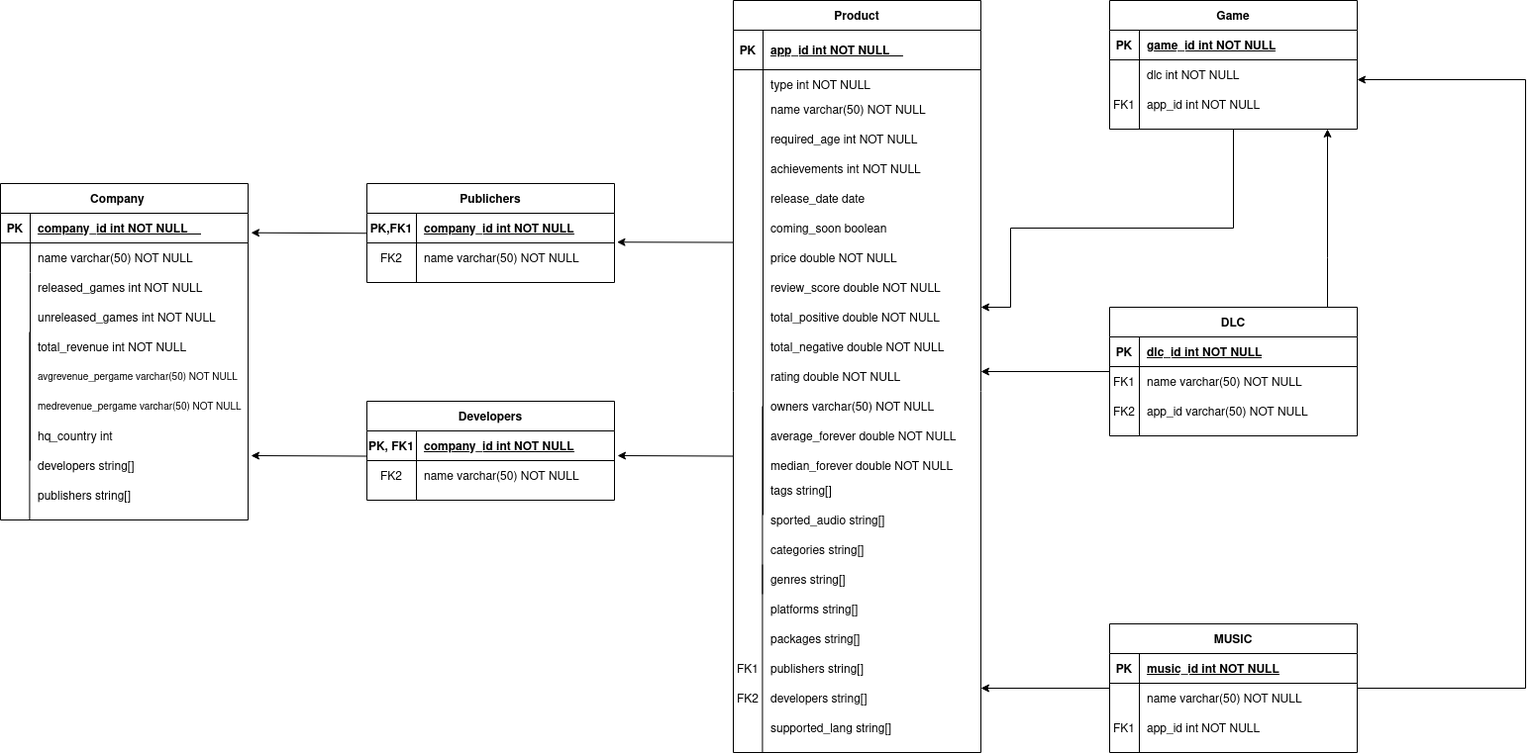
Cyber-Dragon-18/BD keeps this draw.io diagram as Trabalho/Relacional.drawio.png. Above is the earlier version. Source tidied: cells renumbered, new cells last; positions are measured from the earlier drawing's top-left corner, leaving out a move shared by most shapes.
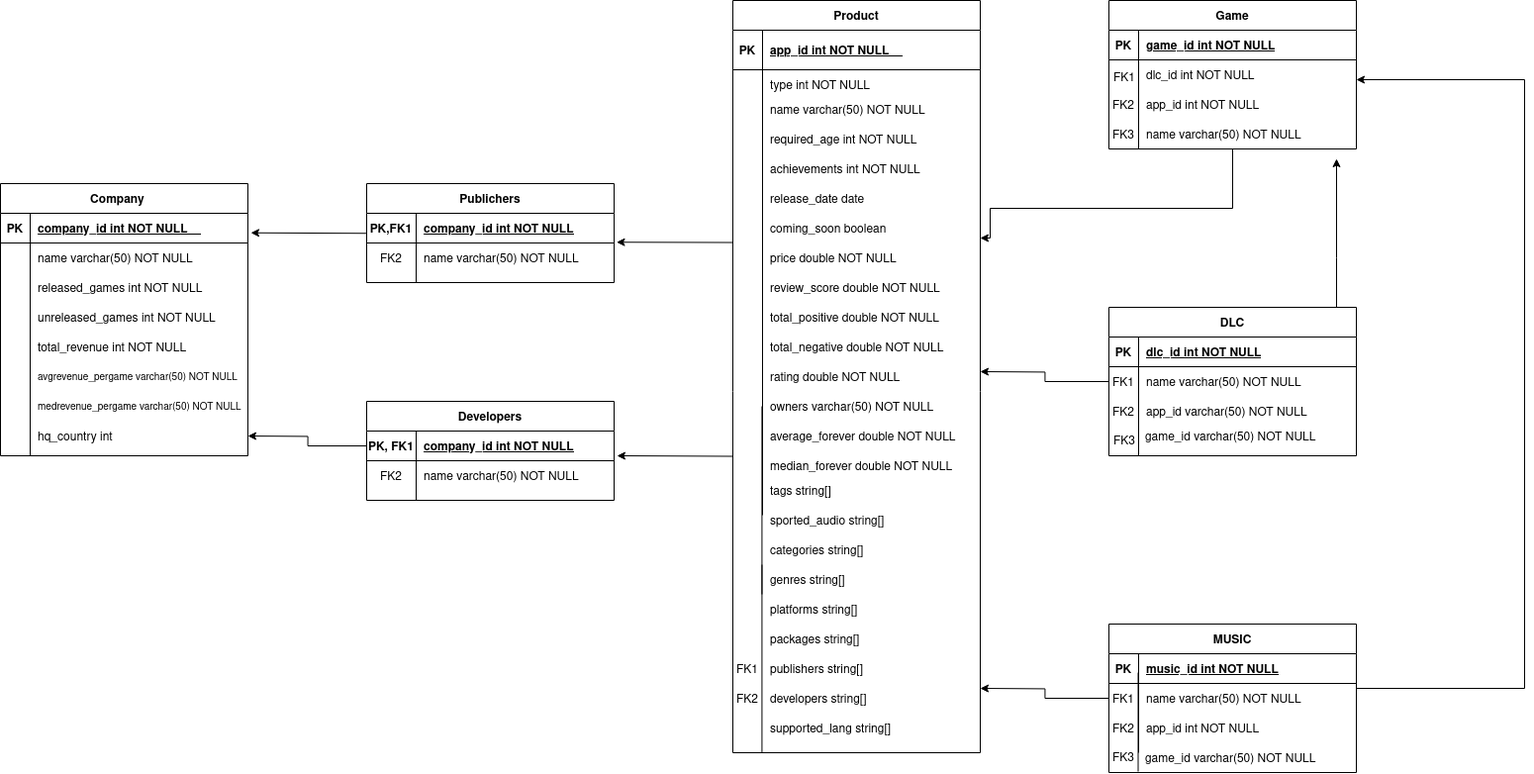
The same file after the commit.

Diff of the diagram source:
```diff
@@ -3,7 +3,7 @@
     <mxCell id="0" />
     <mxCell id="1" parent="0" />
     <mxCell id="2" value="Game" style="shape=table;startSize=30;rowLines=0;fontStyle=1;align=center;" parent="1" vertex="1">
-      <mxGeometry x="1120" width="250" height="130" as="geometry" />
+      <mxGeometry x="1120" width="250" height="150" as="geometry" />
     </mxCell>
     <mxCell id="3" style="shape=partialRectangle;fillColor=none;top=0;left=0;right=0;bottom=1;" parent="2" vertex="1">
       <mxGeometry y="30" width="250" height="30" as="geometry" />
@@ -20,7 +20,7 @@
     <mxCell id="7" style="shape=partialRectangle;overflow=hidden;fillColor=none;top=0;left=0;bottom=0;right=0;" parent="6" vertex="1">
       <mxGeometry width="30" height="30" as="geometry" />
     </mxCell>
-    <mxCell id="8" value="dlc int NOT NULL" style="shape=partialRectangle;overflow=hidden;fillColor=none;top=0;left=0;bottom=0;right=0;align=left;spacingLeft=6;" parent="6" vertex="1">
+    <mxCell id="8" value="dlc_id int NOT NULL" style="shape=partialRectangle;overflow=hidden;fillColor=none;top=0;left=0;bottom=0;right=0;align=left;spacingLeft=6;" parent="6" vertex="1">
       <mxGeometry x="30" width="220" height="30" as="geometry" />
     </mxCell>
     <mxCell id="9" style="edgeStyle=orthogonalEdgeStyle;rounded=0;jettySize=auto;html=1;" parent="1" edge="1" source="11">
@@ -28,17 +28,17 @@
         <mxPoint x="990" y="375" as="targetPoint" />
       </mxGeometry>
     </mxCell>
-    <mxCell id="10" style="edgeStyle=orthogonalEdgeStyle;rounded=0;jettySize=auto;html=1;" parent="1" edge="1" source="11">
-      <mxGeometry relative="1" as="geometry">
-        <mxPoint x="1340" y="130" as="targetPoint" />
-        <Array as="points">
-          <mxPoint x="1340" y="260" />
-          <mxPoint x="1340" y="260" />
-        </Array>
-      </mxGeometry>
-    </mxCell>
+    <mxCell id="116" style="edgeStyle=orthogonalEdgeStyle;rounded=0;jettySize=auto;html=1;" parent="1" edge="1" source="11">
+      <mxGeometry relative="1" as="geometry">
+        <mxPoint x="1350" y="160" as="targetPoint" />
+        <Array as="points">
+          <mxPoint x="1350" y="260" />
+          <mxPoint x="1350" y="260" />
+        </Array>
+      </mxGeometry>
+    </mxCell>
     <mxCell id="11" value="DLC" style="shape=table;startSize=30;rowLines=0;fontStyle=1;align=center;" parent="1" vertex="1">
-      <mxGeometry x="1120" y="310" width="250" height="130" as="geometry" />
+      <mxGeometry x="1120" y="310" width="250" height="150" as="geometry" />
     </mxCell>
     <mxCell id="12" style="shape=partialRectangle;fillColor=none;top=0;left=0;right=0;bottom=1;" parent="11" vertex="1">
       <mxGeometry y="30" width="250" height="30" as="geometry" />
@@ -68,7 +68,7 @@
       <mxGeometry x="30" width="220" height="30" as="geometry" />
     </mxCell>
     <mxCell id="21" value="Company    " style="shape=table;startSize=30;rowLines=0;fontStyle=1;align=center;" parent="1" vertex="1">
-      <mxGeometry y="185" width="250" height="340" as="geometry" />
+      <mxGeometry y="185" width="250" height="275" as="geometry" />
     </mxCell>
     <mxCell id="22" style="shape=partialRectangle;fillColor=none;top=0;left=0;right=0;bottom=1;" parent="21" vertex="1">
       <mxGeometry y="30" width="250" height="30" as="geometry" />
@@ -90,8 +90,8 @@
     </mxCell>
     <mxCell id="28" style="endArrow=none;html=1;rounded=0;" parent="1" edge="1">
       <mxGeometry relative="1" as="geometry">
-        <mxPoint x="30" y="465" as="sourcePoint" />
-        <mxPoint x="30" y="275" as="targetPoint" />
+        <mxPoint x="30" y="460" as="sourcePoint" />
+        <mxPoint x="30" y="270" as="targetPoint" />
       </mxGeometry>
     </mxCell>
     <mxCell id="29" value="released_games int NOT NULL" style="shape=partialRectangle;overflow=hidden;fillColor=none;top=0;left=0;bottom=0;right=0;align=left;spacingLeft=6;" parent="1" vertex="1">
@@ -126,7 +126,7 @@
       </mxGeometry>
     </mxCell>
     <mxCell id="37" value="MUSIC" style="shape=table;startSize=30;rowLines=0;fontStyle=1;align=center;" parent="1" vertex="1">
-      <mxGeometry x="1120" y="630" width="250" height="130" as="geometry" />
+      <mxGeometry x="1120" y="630" width="250" height="150" as="geometry" />
     </mxCell>
     <mxCell id="38" style="shape=partialRectangle;fillColor=none;top=0;left=0;right=0;bottom=1;" parent="37" vertex="1">
       <mxGeometry y="30" width="250" height="30" as="geometry" />
@@ -149,27 +149,16 @@
     <mxCell id="44" style="shape=partialRectangle;fillColor=none;top=0;left=0;right=0;bottom=0;" parent="37" vertex="1">
       <mxGeometry y="90" width="250" height="30" as="geometry" />
     </mxCell>
-    <mxCell id="45" value="FK1" style="shape=partialRectangle;overflow=hidden;fillColor=none;top=0;left=0;bottom=0;right=0;" parent="44" vertex="1">
+    <mxCell id="45" value="FK2" style="shape=partialRectangle;overflow=hidden;fillColor=none;top=0;left=0;bottom=0;right=0;" parent="44" vertex="1">
       <mxGeometry width="30" height="30" as="geometry" />
     </mxCell>
     <mxCell id="46" value="app_id int NOT NULL" style="shape=partialRectangle;overflow=hidden;fillColor=none;top=0;left=0;bottom=0;right=0;align=left;spacingLeft=6;" parent="44" vertex="1">
       <mxGeometry x="30" width="220" height="30" as="geometry" />
     </mxCell>
-    <mxCell id="47" style="edgeStyle=orthogonalEdgeStyle;rounded=0;orthogonalLoop=1;jettySize=auto;html=1;" parent="1" edge="1">
-      <mxGeometry relative="1" as="geometry">
-        <mxPoint x="1245" y="130" as="sourcePoint" />
-        <mxPoint x="990" y="310" as="targetPoint" />
-        <Array as="points">
-          <mxPoint x="1245" y="230" />
-          <mxPoint x="1020" y="230" />
-          <mxPoint x="1020" y="310" />
-        </Array>
-      </mxGeometry>
-    </mxCell>
     <mxCell id="48" style="shape=partialRectangle;fillColor=none;top=0;left=0;right=0;bottom=0;" parent="1" vertex="1">
       <mxGeometry x="1120" y="90" width="250" height="30" as="geometry" />
     </mxCell>
-    <mxCell id="49" value="FK1" style="shape=partialRectangle;overflow=hidden;fillColor=none;top=0;left=0;bottom=0;right=0;" parent="48" vertex="1">
+    <mxCell id="49" value="FK2" style="shape=partialRectangle;overflow=hidden;fillColor=none;top=0;left=0;bottom=0;right=0;" parent="48" vertex="1">
       <mxGeometry width="30" height="30" as="geometry" />
     </mxCell>
     <mxCell id="50" value="app_id int NOT NULL" style="shape=partialRectangle;overflow=hidden;fillColor=none;top=0;left=0;bottom=0;right=0;align=left;spacingLeft=6;" parent="48" vertex="1">
@@ -177,8 +166,8 @@
     </mxCell>
     <mxCell id="51" style="endArrow=none;html=1;rounded=0;" parent="1" edge="1">
       <mxGeometry relative="1" as="geometry">
-        <mxPoint x="1150" y="130" as="sourcePoint" />
-        <mxPoint x="1150" y="30" as="targetPoint" />
+        <mxPoint x="1150" y="150" as="sourcePoint" />
+        <mxPoint x="1150" y="50" as="targetPoint" />
       </mxGeometry>
     </mxCell>
     <mxCell id="52" value="Product" style="shape=table;startSize=30;rowLines=0;fontStyle=1;align=center;" parent="1" vertex="1">
@@ -316,24 +305,6 @@
     <mxCell id="88" value="supported_lang string[]" style="shape=partialRectangle;overflow=hidden;fillColor=none;top=0;left=0;bottom=0;right=0;align=left;spacingLeft=6;" parent="1" vertex="1">
       <mxGeometry x="770" y="720" width="220" height="30" as="geometry" />
     </mxCell>
-    <mxCell id="89" value="developers string[]" style="shape=partialRectangle;overflow=hidden;fillColor=none;top=0;left=0;bottom=0;right=0;align=left;spacingLeft=6;" parent="1" vertex="1">
-      <mxGeometry x="30" y="455" width="220" height="30" as="geometry" />
-    </mxCell>
-    <mxCell id="90" value="publishers string[]" style="shape=partialRectangle;overflow=hidden;fillColor=none;top=0;left=0;bottom=0;right=0;align=left;spacingLeft=6;" parent="1" vertex="1">
-      <mxGeometry x="30" y="485" width="220" height="30" as="geometry" />
-    </mxCell>
-    <mxCell id="91" style="endArrow=none;html=1;rounded=0;" parent="1" edge="1">
-      <mxGeometry relative="1" as="geometry">
-        <mxPoint x="29.4" y="525" as="sourcePoint" />
-        <mxPoint x="29.4" y="335" as="targetPoint" />
-      </mxGeometry>
-    </mxCell>
-    <mxCell id="92" style="shape=partialRectangle;overflow=hidden;fillColor=none;top=0;left=0;bottom=0;right=0;" parent="1" vertex="1">
-      <mxGeometry y="455" width="30" height="30" as="geometry" />
-    </mxCell>
-    <mxCell id="93" style="shape=partialRectangle;overflow=hidden;fillColor=none;top=0;left=0;bottom=0;right=0;" parent="1" vertex="1">
-      <mxGeometry y="490" width="30" height="30" as="geometry" />
-    </mxCell>
     <mxCell id="94" value="Publichers" style="shape=table;startSize=30;rowLines=0;fontStyle=1;align=center;" parent="1" vertex="1">
       <mxGeometry x="370" y="185" width="250" height="100" as="geometry" />
     </mxCell>
@@ -405,17 +376,64 @@
         <mxPoint x="253" y="234.7" as="targetPoint" />
       </mxGeometry>
     </mxCell>
-    <mxCell id="113" style="endArrow=classic;html=1;rounded=0;entryX=1.01;entryY=0.974;entryDx=0;entryDy=0;entryPerimeter=0;" parent="1" edge="1">
-      <mxGeometry relative="1" as="geometry">
-        <mxPoint x="370" y="460.5" as="sourcePoint" />
-        <mxPoint x="253" y="460" as="targetPoint" />
-      </mxGeometry>
-    </mxCell>
     <mxCell id="114" value="FK1" style="shape=partialRectangle;overflow=hidden;fillColor=none;top=0;left=0;bottom=0;right=0;" parent="1" vertex="1">
       <mxGeometry x="740" y="660" width="30" height="30" as="geometry" />
     </mxCell>
     <mxCell id="115" value="FK2" style="shape=partialRectangle;overflow=hidden;fillColor=none;top=0;left=0;bottom=0;right=0;" parent="1" vertex="1">
       <mxGeometry x="740" y="690" width="30" height="30" as="geometry" />
     </mxCell>
+    <mxCell id="117" style="edgeStyle=orthogonalEdgeStyle;rounded=0;jettySize=auto;html=1;" parent="1" edge="1" source="103">
+      <mxGeometry relative="1" as="geometry">
+        <mxPoint x="250" y="440" as="targetPoint" />
+      </mxGeometry>
+    </mxCell>
+    <mxCell id="118" value="FK1" style="shape=partialRectangle;overflow=hidden;fillColor=none;top=0;left=0;bottom=0;right=0;" parent="1" vertex="1">
+      <mxGeometry x="1121" y="62" width="30" height="30" as="geometry" />
+    </mxCell>
+    <mxCell id="119" style="edgeStyle=orthogonalEdgeStyle;rounded=0;jettySize=auto;html=1;" parent="1" edge="1" source="120">
+      <mxGeometry relative="1" as="geometry">
+        <mxPoint x="990" y="240" as="targetPoint" />
+        <Array as="points">
+          <mxPoint x="1245" y="210" />
+          <mxPoint x="1000" y="210" />
+        </Array>
+      </mxGeometry>
+    </mxCell>
+    <mxCell id="120" style="shape=partialRectangle;fillColor=none;points=[[0,0.5],[1,0.5]];portConstraint=eastwest;top=0;left=0;right=0;bottom=0;" parent="1" vertex="1">
+      <mxGeometry x="1120" y="120" width="250" height="30" as="geometry" />
+    </mxCell>
+    <mxCell id="121" value="FK3" style="shape=partialRectangle;overflow=hidden;fillColor=none;top=0;left=0;bottom=0;right=0;" parent="120" vertex="1">
+      <mxGeometry width="30" height="30" as="geometry" />
+    </mxCell>
+    <mxCell id="122" value="name varchar(50) NOT NULL" style="shape=partialRectangle;overflow=hidden;fillColor=none;top=0;left=0;bottom=0;right=0;align=left;spacingLeft=6;" parent="120" vertex="1">
+      <mxGeometry x="30" width="220" height="30" as="geometry" />
+    </mxCell>
+    <mxCell id="123" value="FK1" style="shape=partialRectangle;overflow=hidden;fillColor=none;top=0;left=0;bottom=0;right=0;" parent="1" vertex="1">
+      <mxGeometry x="1120" y="690" width="30" height="30" as="geometry" />
+    </mxCell>
+    <mxCell id="124" value="game_id varchar(50) NOT NULL" style="shape=partialRectangle;overflow=hidden;fillColor=none;top=0;left=0;bottom=0;right=0;align=left;spacingLeft=6;" parent="1" vertex="1">
+      <mxGeometry x="1149" y="425" width="220" height="30" as="geometry" />
+    </mxCell>
+    <mxCell id="125" style="endArrow=none;html=1;rounded=0;" parent="1" edge="1">
+      <mxGeometry relative="1" as="geometry">
+        <mxPoint x="1150" y="460" as="sourcePoint" />
+        <mxPoint x="1150" y="360" as="targetPoint" />
+      </mxGeometry>
+    </mxCell>
+    <mxCell id="126" value="FK3" style="shape=partialRectangle;overflow=hidden;fillColor=none;top=0;left=0;bottom=0;right=0;" parent="1" vertex="1">
+      <mxGeometry x="1121" y="429" width="30" height="30" as="geometry" />
+    </mxCell>
+    <mxCell id="127" value="game_id varchar(50) NOT NULL" style="shape=partialRectangle;overflow=hidden;fillColor=none;top=0;left=0;bottom=0;right=0;align=left;spacingLeft=6;" parent="1" vertex="1">
+      <mxGeometry x="1149" y="750" width="220" height="30" as="geometry" />
+    </mxCell>
+    <mxCell id="128" value="FK3" style="shape=partialRectangle;overflow=hidden;fillColor=none;top=0;left=0;bottom=0;right=0;" parent="1" vertex="1">
+      <mxGeometry x="1120" y="749" width="30" height="30" as="geometry" />
+    </mxCell>
+    <mxCell id="129" style="endArrow=none;html=1;rounded=0;" parent="1" edge="1">
+      <mxGeometry relative="1" as="geometry">
+        <mxPoint x="1149.5" y="779" as="sourcePoint" />
+        <mxPoint x="1149.5" y="679" as="targetPoint" />
+      </mxGeometry>
+    </mxCell>
   </root>
 </mxGraphModel>
```
